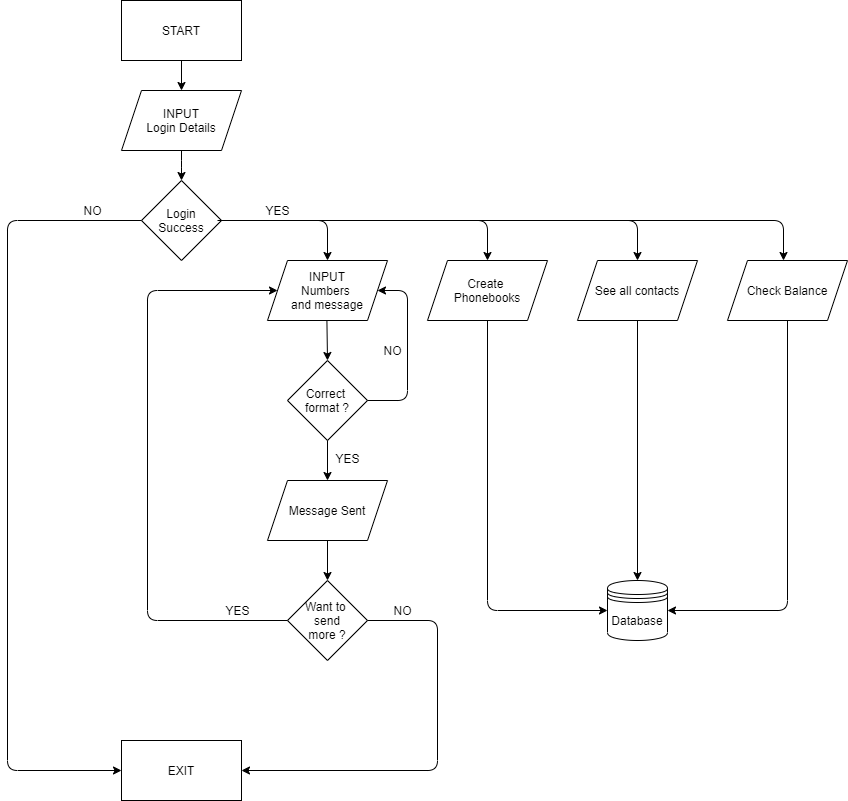
blackfire7/Story keeps this draw.io diagram as flowchart.png. Above is the earlier version. Source tidied: cells renumbered, new cells last; positions are measured from the earlier drawing's top-left corner, leaving out a move shared by most shapes.
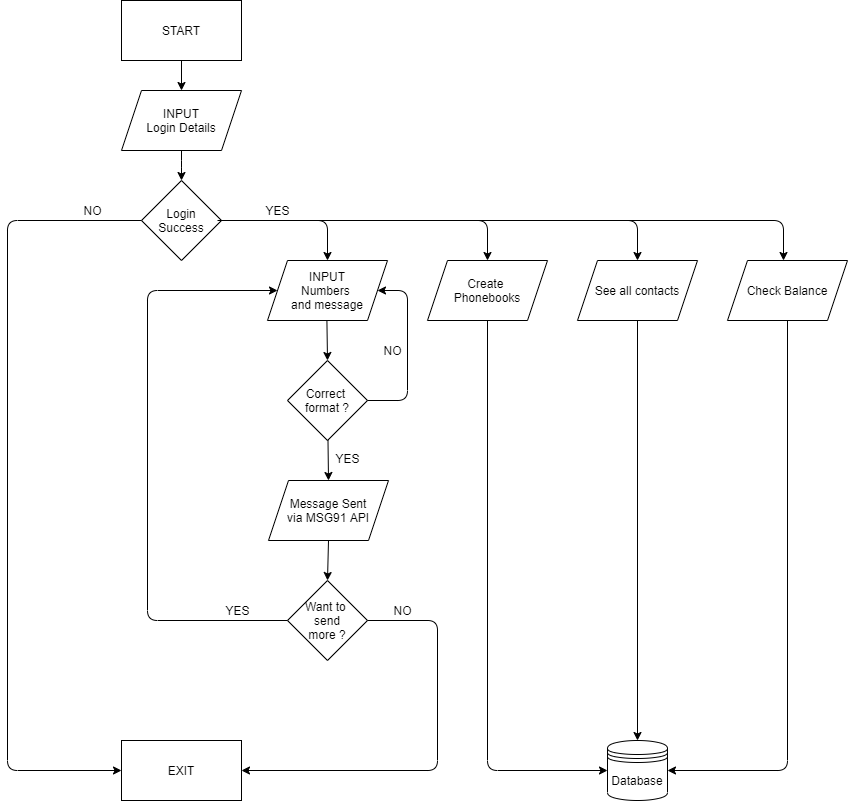
Above is the later version.

Change to the diagram source:
```diff
@@ -20,8 +20,8 @@
     <mxCell id="7" value="Correct&amp;nbsp;&lt;br&gt;format ?" style="rhombus;whiteSpace=wrap;html=1;" parent="1" vertex="1">
       <mxGeometry x="280" y="360" width="80" height="80" as="geometry" />
     </mxCell>
-    <mxCell id="8" value="Message Sent" style="shape=parallelogram;perimeter=parallelogramPerimeter;whiteSpace=wrap;html=1;fixedSize=1;" parent="1" vertex="1">
-      <mxGeometry x="260" y="480" width="120" height="60" as="geometry" />
+    <mxCell id="8" value="Message Sent&lt;br&gt;via MSG91 API" style="shape=parallelogram;perimeter=parallelogramPerimeter;whiteSpace=wrap;html=1;fixedSize=1;" parent="1" vertex="1">
+      <mxGeometry x="261" y="480" width="120" height="60" as="geometry" />
     </mxCell>
     <mxCell id="9" value="Want to&amp;nbsp;&lt;br&gt;send&lt;br&gt;more ?" style="rhombus;whiteSpace=wrap;html=1;" parent="1" vertex="1">
       <mxGeometry x="280" y="580" width="80" height="80" as="geometry" />
@@ -126,7 +126,7 @@
       </mxGeometry>
     </mxCell>
     <mxCell id="30" value="Database" style="shape=datastore;whiteSpace=wrap;html=1;" parent="1" vertex="1">
-      <mxGeometry x="600" y="580" width="60" height="60" as="geometry" />
+      <mxGeometry x="600" y="740" width="60" height="60" as="geometry" />
     </mxCell>
     <mxCell id="31" style="endArrow=classic;html=1;entryX=1;entryY=0.5;entryDx=0;entryDy=0;exitX=1;exitY=0.5;exitDx=0;exitDy=0;" parent="1" edge="1" source="7" target="6">
       <mxGeometry relative="1" as="geometry">
@@ -145,7 +145,7 @@
     <mxCell id="34" style="endArrow=classic;html=1;entryX=1;entryY=0.5;entryDx=0;entryDy=0;exitX=0.5;exitY=1;exitDx=0;exitDy=0;" parent="1" edge="1" source="26" target="30">
       <mxGeometry relative="1" as="geometry">
         <Array as="points">
-          <mxPoint x="780" y="610" />
+          <mxPoint x="780" y="770" />
         </Array>
       </mxGeometry>
     </mxCell>
@@ -153,7 +153,7 @@
       <mxGeometry relative="1" as="geometry">
         <mxPoint x="480" y="320" as="sourcePoint" />
         <Array as="points">
-          <mxPoint x="480" y="610" />
+          <mxPoint x="480" y="770" />
         </Array>
       </mxGeometry>
     </mxCell>
```
